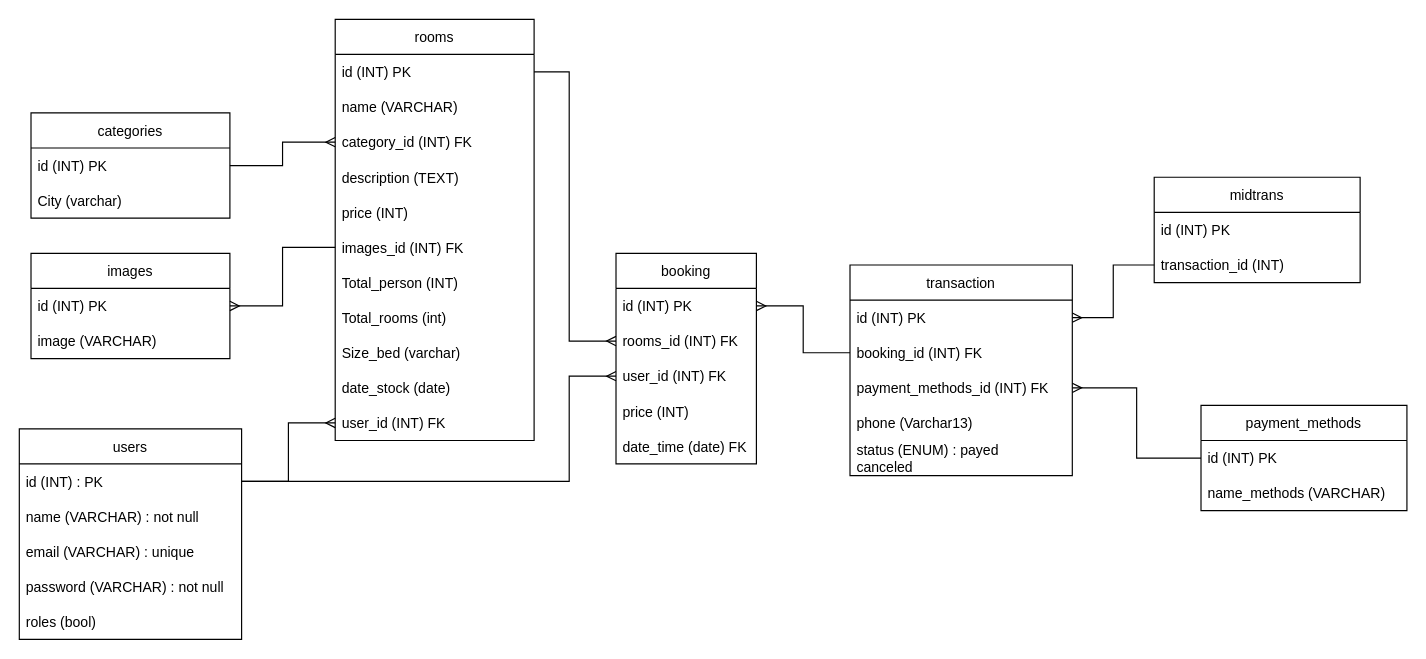
This is ERD.drawio from air-bnb-group-3/BE, a draw.io file, before an edit. Source tidied: cells renumbered, new cells numbered last; positions are measured from the earlier drawing's top-left corner, leaving out a move shared by most shapes. Both pictures are drawn from the tidied source at 117%, with x=0, y=0 at pixel (19, 19).
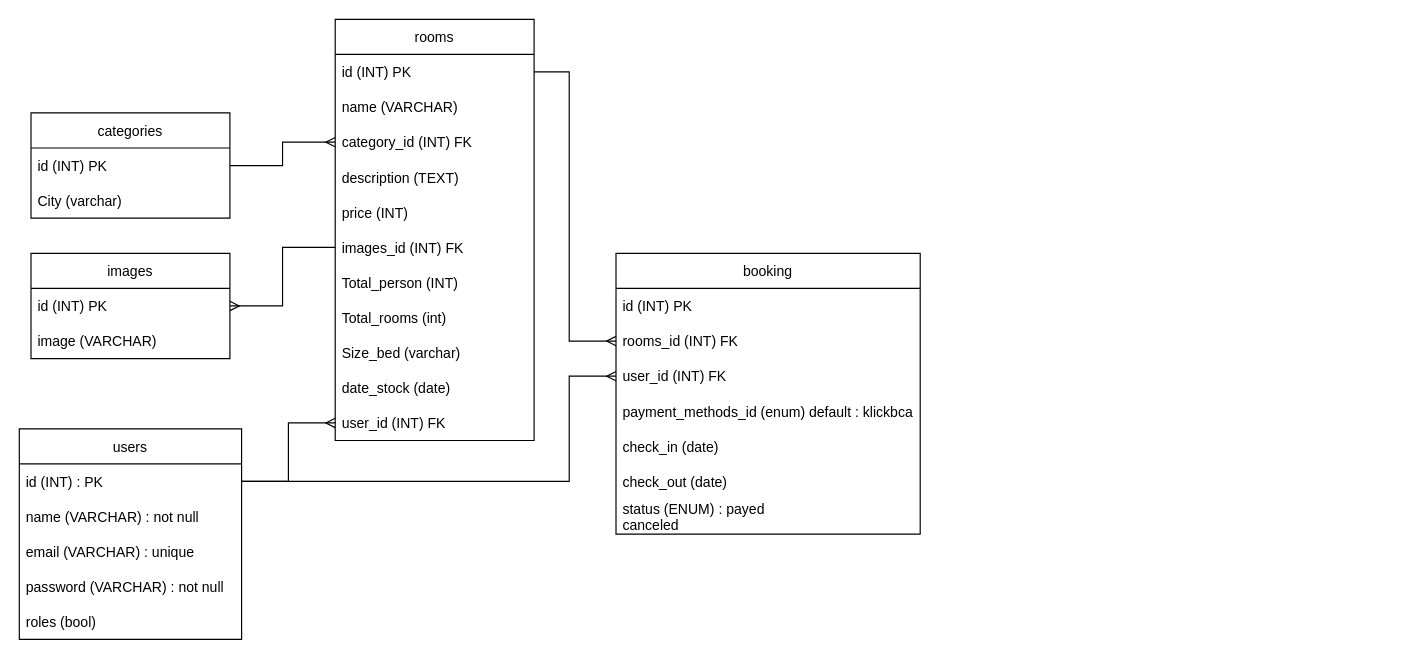
Above is the later version.

What changed in the source:
```diff
@@
-    <mxCell id="21" value="payment_methods" style="swimlane;fontStyle=0;horizontal=1;startSize=30;" parent="1" vertex="1">
-      <mxGeometry x="1010" y="330" width="176" height="90" as="geometry" />
-    </mxCell>
-    <mxCell id="22" value="id (INT) PK" style="text;strokeColor=none;fillColor=none;align=left;verticalAlign=middle;spacingLeft=4;spacingRight=4;overflow=hidden;points=[[0,0.5],[1,0.5]];portConstraint=eastwest;" parent="21" vertex="1">
-      <mxGeometry y="30" width="176" height="30" as="geometry" />
-    </mxCell>
-    <mxCell id="23" value="name_methods (VARCHAR)" style="text;strokeColor=none;fillColor=none;align=left;verticalAlign=middle;spacingLeft=4;spacingRight=4;overflow=hidden;" parent="21" vertex="1">
-      <mxGeometry y="60" width="176" height="30" as="geometry" />
-    </mxCell>
@@
-    <mxCell id="34" style="edgeStyle=elbowEdgeStyle;fontSize=12;html=1;endArrow=ERmany;rounded=0;exitX=0;exitY=0.5;exitDx=0;exitDy=0;entryX=1;entryY=0.5;entryDx=0;entryDy=0;" parent="1" edge="1" source="22" target="42">
-      <mxGeometry relative="1" as="geometry" />
-    </mxCell>
-    <mxCell id="35" value="midtrans" style="swimlane;fontStyle=0;horizontal=1;startSize=30;" parent="1" vertex="1">
-      <mxGeometry x="970" y="135" width="176" height="90" as="geometry" />
-    </mxCell>
-    <mxCell id="36" value="id (INT) PK" style="text;strokeColor=none;fillColor=none;align=left;verticalAlign=middle;spacingLeft=4;spacingRight=4;overflow=hidden;" parent="35" vertex="1">
-      <mxGeometry y="30" width="176" height="30" as="geometry" />
-    </mxCell>
-    <mxCell id="37" value="transaction_id (INT)" style="text;strokeColor=none;fillColor=none;align=left;verticalAlign=middle;spacingLeft=4;spacingRight=4;overflow=hidden;points=[[0,0.5],[1,0.5]];portConstraint=eastwest;" parent="35" vertex="1">
-      <mxGeometry y="60" width="176" height="30" as="geometry" />
-    </mxCell>
-    <mxCell id="38" style="edgeStyle=elbowEdgeStyle;fontSize=12;html=1;endArrow=ERmany;rounded=0;exitX=0;exitY=0.5;exitDx=0;exitDy=0;entryX=1;entryY=0.5;entryDx=0;entryDy=0;" parent="1" edge="1" source="37" target="40">
-      <mxGeometry relative="1" as="geometry" />
-    </mxCell>
-    <mxCell id="39" value="transaction" style="swimlane;fontStyle=0;horizontal=1;startSize=30;" parent="1" vertex="1">
-      <mxGeometry x="710" y="210" width="190" height="180" as="geometry" />
-    </mxCell>
-    <mxCell id="40" value="id (INT) PK" style="text;strokeColor=none;fillColor=none;align=left;verticalAlign=middle;spacingLeft=4;spacingRight=4;overflow=hidden;points=[[0,0.5],[1,0.5]];portConstraint=eastwest;" parent="39" vertex="1">
-      <mxGeometry y="30" width="190" height="30" as="geometry" />
-    </mxCell>
-    <mxCell id="41" value="booking_id (INT) FK" style="text;strokeColor=none;fillColor=none;align=left;verticalAlign=middle;spacingLeft=4;spacingRight=4;overflow=hidden;points=[[0,0.5],[1,0.5]];portConstraint=eastwest;" parent="39" vertex="1">
-      <mxGeometry y="60" width="190" height="30" as="geometry" />
-    </mxCell>
-    <mxCell id="42" value="payment_methods_id (INT) FK" style="text;strokeColor=none;fillColor=none;align=left;verticalAlign=middle;spacingLeft=4;spacingRight=4;overflow=hidden;points=[[0,0.5],[1,0.5]];portConstraint=eastwest;" parent="39" vertex="1">
-      <mxGeometry y="90" width="190" height="30" as="geometry" />
-    </mxCell>
-    <mxCell id="43" value="phone (Varchar13)" style="text;strokeColor=none;fillColor=none;align=left;verticalAlign=middle;spacingLeft=4;spacingRight=4;overflow=hidden;" parent="39" vertex="1">
-      <mxGeometry y="120" width="190" height="30" as="geometry" />
-    </mxCell>
-    <mxCell id="44" value="status (ENUM) : payed &#10;canceled" style="text;strokeColor=none;fillColor=none;align=left;verticalAlign=middle;spacingLeft=4;spacingRight=4;overflow=hidden;" parent="39" vertex="1">
-      <mxGeometry y="150" width="190" height="30" as="geometry" />
-    </mxCell>
     <mxCell id="45" value="booking" style="swimlane;fontStyle=0;horizontal=1;startSize=30;" parent="1" vertex="1">
-      <mxGeometry x="510" y="200" width="120" height="180" as="geometry" />
+      <mxGeometry x="510" y="200" width="260" height="240" as="geometry" />
     </mxCell>
     <mxCell id="46" value="id (INT) PK" style="text;strokeColor=none;fillColor=none;align=left;verticalAlign=middle;spacingLeft=4;spacingRight=4;overflow=hidden;points=[[0,0.5],[1,0.5]];portConstraint=eastwest;" parent="45" vertex="1">
-      <mxGeometry y="30" width="120" height="30" as="geometry" />
+      <mxGeometry y="30" width="260" height="30" as="geometry" />
     </mxCell>
     <mxCell id="47" value="rooms_id (INT) FK" style="text;strokeColor=none;fillColor=none;align=left;verticalAlign=middle;spacingLeft=4;spacingRight=4;overflow=hidden;points=[[0,0.5],[1,0.5]];portConstraint=eastwest;" parent="45" vertex="1">
-      <mxGeometry y="60" width="120" height="30" as="geometry" />
+      <mxGeometry y="60" width="260" height="30" as="geometry" />
     </mxCell>
     <mxCell id="48" value="user_id (INT) FK " style="text;strokeColor=none;fillColor=none;align=left;verticalAlign=middle;spacingLeft=4;spacingRight=4;overflow=hidden;points=[[0,0.5],[1,0.5]];portConstraint=eastwest;" parent="45" vertex="1">
-      <mxGeometry y="90" width="120" height="30" as="geometry" />
+      <mxGeometry y="90" width="260" height="30" as="geometry" />
     </mxCell>
-    <mxCell id="49" value="price (INT)" style="text;strokeColor=none;fillColor=none;align=left;verticalAlign=middle;spacingLeft=4;spacingRight=4;overflow=hidden;" parent="45" vertex="1">
-      <mxGeometry y="120" width="120" height="30" as="geometry" />
-    </mxCell>
+    <mxCell id="42" value="payment_methods_id (enum) default : klickbca" style="text;strokeColor=none;fillColor=none;align=left;verticalAlign=middle;spacingLeft=4;spacingRight=4;overflow=hidden;points=[[0,0.5],[1,0.5]];portConstraint=eastwest;" parent="45" vertex="1">
+      <mxGeometry y="120" width="260" height="30" as="geometry" />
+    </mxCell>
-    <mxCell id="50" value="date_time (date) FK" style="text;strokeColor=none;fillColor=none;align=left;verticalAlign=middle;spacingLeft=4;spacingRight=4;overflow=hidden;" parent="45" vertex="1">
-      <mxGeometry y="150" width="120" height="30" as="geometry" />
+    <mxCell id="50" value="check_in (date) " style="text;strokeColor=none;fillColor=none;align=left;verticalAlign=middle;spacingLeft=4;spacingRight=4;overflow=hidden;" parent="45" vertex="1">
+      <mxGeometry y="150" width="260" height="30" as="geometry" />
     </mxCell>
-    <mxCell id="51" style="edgeStyle=elbowEdgeStyle;fontSize=12;html=1;endArrow=ERmany;rounded=0;exitX=0;exitY=0.5;exitDx=0;exitDy=0;entryX=1;entryY=0.5;entryDx=0;entryDy=0;" parent="1" edge="1" source="41" target="46">
-      <mxGeometry relative="1" as="geometry" />
-    </mxCell>
+    <mxCell id="52" value="check_out (date) " style="text;strokeColor=none;fillColor=none;align=left;verticalAlign=middle;spacingLeft=4;spacingRight=4;overflow=hidden;" parent="45" vertex="1">
+      <mxGeometry y="180" width="260" height="30" as="geometry" />
+    </mxCell>
+    <mxCell id="44" value="status (ENUM) : payed &#10;canceled" style="text;strokeColor=none;fillColor=none;align=left;verticalAlign=middle;spacingLeft=4;spacingRight=4;overflow=hidden;" parent="45" vertex="1">
+      <mxGeometry y="210" width="260" height="30" as="geometry" />
+    </mxCell>
```
